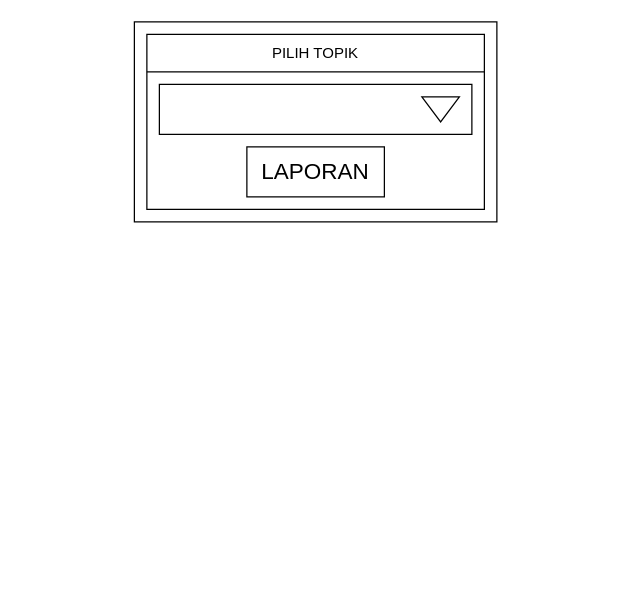
This is sketches/to laporan.drawio from halouthere233/skkerjakursus2021private, a draw.io file, before an edit. Source tidied: cells renumbered, new cells numbered last; positions are measured from the earlier drawing's top-left corner, leaving out a move shared by most shapes. Both pictures are drawn from the tidied source at 125%, with x=0, y=0 at pixel (134, 21).
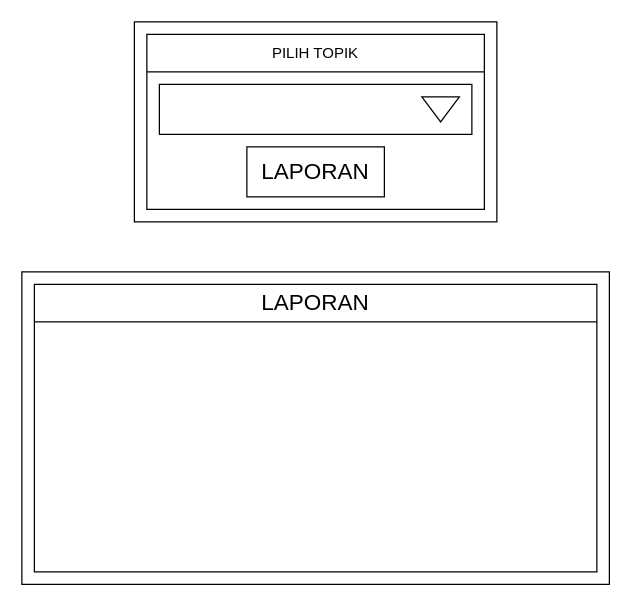
Above is the later version.

Change to the diagram source:
```diff
@@
 <mxGraphModel>
   <root>
     <mxCell id="0" />
     <mxCell id="1" parent="0" />
     <mxCell id="2" style="rounded=0;whiteSpace=wrap;html=1;" parent="1" vertex="1">
       <mxGeometry width="290" height="160" as="geometry" />
     </mxCell>
     <mxCell id="3" style="rounded=0;whiteSpace=wrap;html=1;" parent="1" vertex="1">
       <mxGeometry x="10" y="10" width="270" height="140" as="geometry" />
     </mxCell>
     <mxCell id="4" style="endArrow=none;html=1;rounded=0;" parent="1" edge="1">
       <mxGeometry relative="1" as="geometry">
         <mxPoint x="10" y="40" as="sourcePoint" />
         <mxPoint x="280" y="40" as="targetPoint" />
       </mxGeometry>
     </mxCell>
     <mxCell id="5" value="PILIH TOPIK" style="text;html=1;strokeColor=none;fillColor=none;align=center;verticalAlign=middle;whiteSpace=wrap;rounded=0;" parent="1" vertex="1">
       <mxGeometry x="90" y="10" width="110" height="30" as="geometry" />
     </mxCell>
     <mxCell id="6" style="rounded=0;whiteSpace=wrap;html=1;" parent="1" vertex="1">
       <mxGeometry x="20" y="50" width="250" height="40" as="geometry" />
     </mxCell>
     <mxCell id="7" style="triangle;whiteSpace=wrap;html=1;rotation=90;" parent="1" vertex="1">
       <mxGeometry x="235" y="55" width="20" height="30" as="geometry" />
     </mxCell>
     <mxCell id="8" value="LAPORAN" style="rounded=0;whiteSpace=wrap;html=1;fontSize=18;" parent="1" vertex="1">
       <mxGeometry x="90" y="100" width="110" height="40" as="geometry" />
     </mxCell>
+    <mxCell id="9" style="rounded=0;whiteSpace=wrap;html=1;fontSize=18;" parent="1" vertex="1">
+      <mxGeometry x="-90" y="200" width="470" height="250" as="geometry" />
+    </mxCell>
+    <mxCell id="10" style="rounded=0;whiteSpace=wrap;html=1;fontSize=18;" parent="1" vertex="1">
+      <mxGeometry x="-80" y="210" width="450" height="230" as="geometry" />
+    </mxCell>
+    <mxCell id="11" style="endArrow=none;html=1;rounded=0;fontSize=18;" parent="1" edge="1">
+      <mxGeometry relative="1" as="geometry">
+        <mxPoint x="370" y="240" as="sourcePoint" />
+        <mxPoint x="-80" y="240" as="targetPoint" />
+      </mxGeometry>
+    </mxCell>
+    <mxCell id="12" value="&lt;font style=&quot;font-size: 18px&quot;&gt;LAPORAN&lt;/font&gt;" style="text;html=1;strokeColor=none;fillColor=none;align=center;verticalAlign=middle;whiteSpace=wrap;rounded=0;" parent="1" vertex="1">
+      <mxGeometry x="90" y="210" width="110" height="30" as="geometry" />
+    </mxCell>
   </root>
 </mxGraphModel>
```
